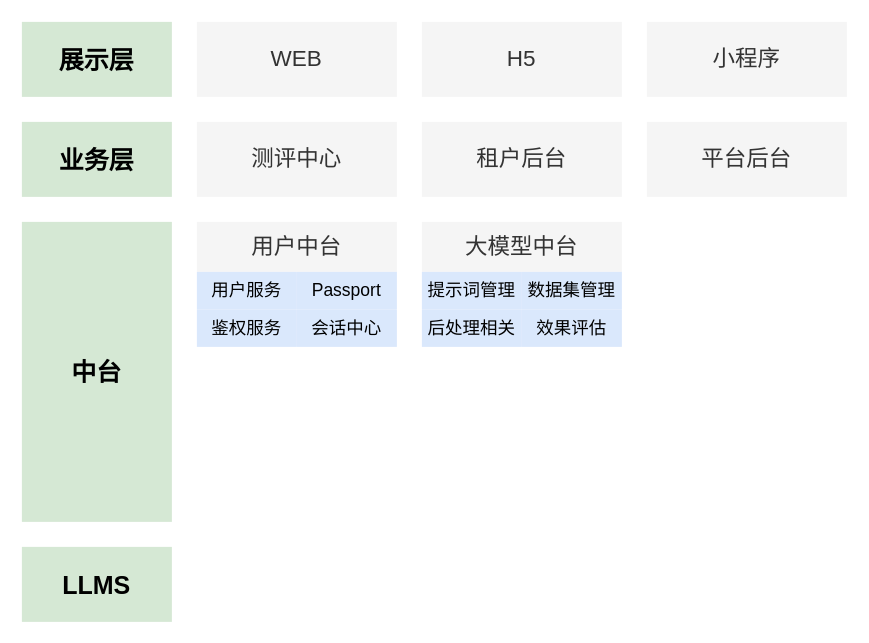
This is demo.drawio from Hansel111/draw, a draw.io file, before an edit. Source tidied: cells renumbered, new cells numbered last; positions are measured from the earlier drawing's top-left corner, leaving out a move shared by most shapes. Both pictures are drawn from the tidied source at 125%, with x=0, y=0 at pixel (21, 21).
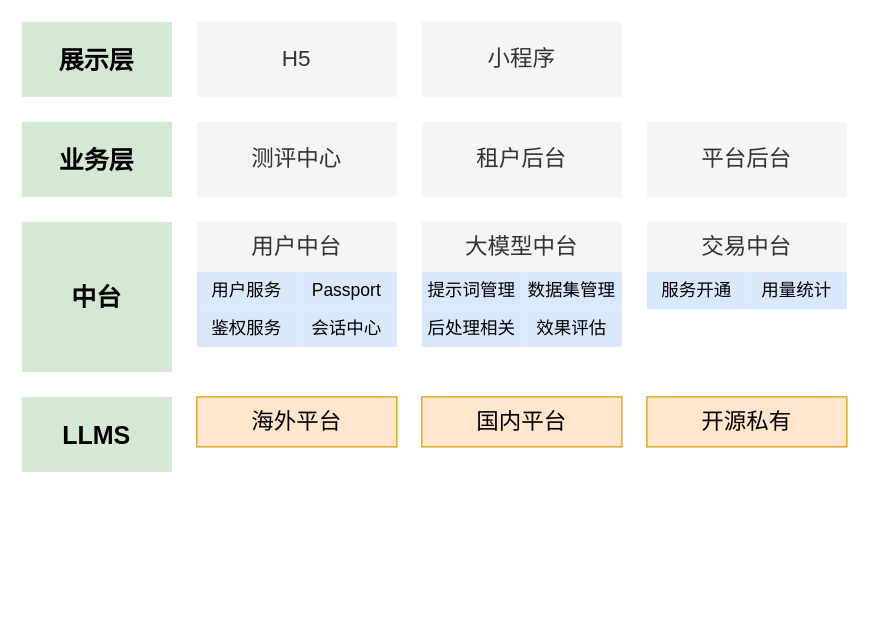
The same diagram, later.

What changed in the source:
```diff
@@
     <mxCell id="4" value="中台" style="rounded=0;whiteSpace=wrap;html=1;fillColor=#d5e8d4;strokeColor=none;fontSize=20;fontStyle=1;" parent="1" vertex="1">
-      <mxGeometry y="160" width="120" height="240" as="geometry" />
+      <mxGeometry y="160" width="120" height="120" as="geometry" />
     </mxCell>
     <mxCell id="5" value="LLMS" style="rounded=0;whiteSpace=wrap;html=1;fillColor=#d5e8d4;strokeColor=none;fontSize=20;fontStyle=1;" parent="1" vertex="1">
-      <mxGeometry y="420" width="120" height="60" as="geometry" />
+      <mxGeometry y="300" width="120" height="60" as="geometry" />
     </mxCell>
-    <mxCell id="6" value="WEB" style="rounded=0;whiteSpace=wrap;html=1;fontSize=18;strokeColor=none;fillColor=#f5f5f5;fontColor=#333333;" parent="1" vertex="1">
-      <mxGeometry x="140" width="160" height="60" as="geometry" />
-    </mxCell>
     <mxCell id="7" value="H5" style="rounded=0;whiteSpace=wrap;html=1;fontSize=18;strokeColor=none;fillColor=#f5f5f5;fontColor=#333333;" parent="1" vertex="1">
-      <mxGeometry x="320" width="160" height="60" as="geometry" />
+      <mxGeometry x="140" width="160" height="60" as="geometry" />
     </mxCell>
     <mxCell id="8" value="小程序" style="rounded=0;whiteSpace=wrap;html=1;fontSize=18;strokeColor=none;fillColor=#f5f5f5;fontColor=#333333;" parent="1" vertex="1">
-      <mxGeometry x="500" width="160" height="60" as="geometry" />
+      <mxGeometry x="320" width="160" height="60" as="geometry" />
     </mxCell>
@@
+    <mxCell id="22" value="交易中台" style="rounded=0;whiteSpace=wrap;html=1;fontSize=18;strokeColor=none;fillColor=#f5f5f5;fontColor=#333333;" parent="1" vertex="1">
+      <mxGeometry x="500" y="160" width="160" height="40" as="geometry" />
+    </mxCell>
+    <mxCell id="23" value="服务开通" style="rounded=0;whiteSpace=wrap;html=1;fontSize=14;fillColor=#dae8fc;strokeColor=none;" parent="1" vertex="1">
+      <mxGeometry x="500" y="200" width="80" height="30" as="geometry" />
+    </mxCell>
+    <mxCell id="24" value="用量统计" style="rounded=0;whiteSpace=wrap;html=1;fontSize=14;fillColor=#dae8fc;strokeColor=none;" parent="1" vertex="1">
+      <mxGeometry x="580" y="200" width="80" height="30" as="geometry" />
+    </mxCell>
+    <mxCell id="25" value="海外平台" style="rounded=0;whiteSpace=wrap;html=1;fontSize=18;strokeColor=#d79b00;fillColor=#ffe6cc;" parent="1" vertex="1">
+      <mxGeometry x="140" y="300" width="160" height="40" as="geometry" />
+    </mxCell>
+    <mxCell id="26" value="国内平台" style="rounded=0;whiteSpace=wrap;html=1;fontSize=18;strokeColor=#d79b00;fillColor=#ffe6cc;" parent="1" vertex="1">
+      <mxGeometry x="320" y="300" width="160" height="40" as="geometry" />
+    </mxCell>
+    <mxCell id="27" value="开源私有" style="rounded=0;whiteSpace=wrap;html=1;fontSize=18;strokeColor=#d79b00;fillColor=#ffe6cc;" parent="1" vertex="1">
+      <mxGeometry x="500" y="300" width="160" height="40" as="geometry" />
+    </mxCell>
```
